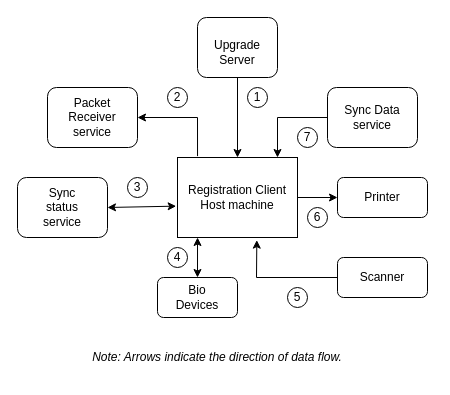
Earlier version of the draw.io diagram docs/_images/reg-client.drawio (mosip/documentation). Source tidied: cells renumbered, new cells numbered last; positions are measured from the earlier drawing's top-left corner, leaving out a move shared by most shapes. Both pictures are drawn from the tidied source at 100%, with x=0, y=0 at pixel (17, 17).
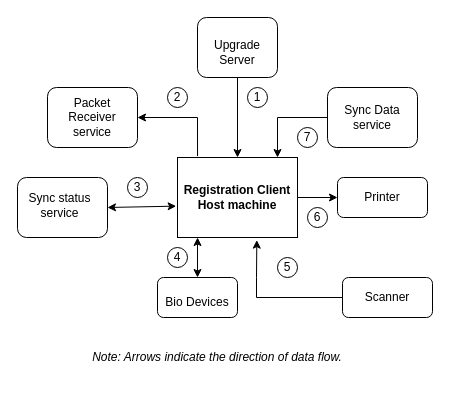
The same page after the edit.

Unchanged cells that the change refers to:
```xml
<mxCell id="2" style="rounded=0;whiteSpace=wrap;html=1;" parent="1" vertex="1">
  <mxGeometry x="160" y="140" width="120" height="80" as="geometry" />
</mxCell>
```

The edit, as a diff of the source:
```diff
@@
-    <mxCell id="3" value="Registration Client Host machine" style="text;html=1;strokeColor=none;fillColor=none;align=center;verticalAlign=middle;whiteSpace=wrap;rounded=0;" parent="1" vertex="1">
+    <mxCell id="3" value="&lt;b&gt;Registration Client Host machine&lt;/b&gt;" style="text;html=1;strokeColor=none;fillColor=none;align=center;verticalAlign=middle;whiteSpace=wrap;rounded=0;" parent="1" vertex="1">
       <mxGeometry x="160" y="160" width="120" height="40" as="geometry" />
     </mxCell>
@@
     <mxCell id="12" value="Sync status service" style="text;html=1;strokeColor=none;fillColor=none;align=center;verticalAlign=middle;whiteSpace=wrap;rounded=0;" parent="1" vertex="1">
-      <mxGeometry x="15" y="175" width="60" height="30" as="geometry" />
+      <mxGeometry x="10" y="175" width="65" height="25" as="geometry" />
     </mxCell>
@@
     <mxCell id="15" style="rounded=1;whiteSpace=wrap;html=1;" parent="1" vertex="1">
-      <mxGeometry x="320" y="240" width="90" height="40" as="geometry" />
+      <mxGeometry x="325" y="260" width="90" height="40" as="geometry" />
     </mxCell>
     <mxCell id="16" value="Scanner" style="text;html=1;strokeColor=none;fillColor=none;align=center;verticalAlign=middle;whiteSpace=wrap;rounded=0;" parent="1" vertex="1">
-      <mxGeometry x="335" y="250" width="60" height="20" as="geometry" />
+      <mxGeometry x="340" y="270" width="60" height="20" as="geometry" />
     </mxCell>
@@
     <mxCell id="18" value="Bio Devices" style="text;html=1;strokeColor=none;fillColor=none;align=center;verticalAlign=middle;whiteSpace=wrap;rounded=0;" parent="1" vertex="1">
-      <mxGeometry x="150" y="270" width="60" height="20" as="geometry" />
+      <mxGeometry x="140" y="270" width="80" height="30" as="geometry" />
     </mxCell>
@@
     <mxCell id="22" style="endArrow=classic;html=1;rounded=0;exitX=0;exitY=0.5;exitDx=0;exitDy=0;entryX=0.661;entryY=1.033;entryDx=0;entryDy=0;entryPerimeter=0;" parent="1" edge="1" source="15" target="2">
       <mxGeometry relative="1" as="geometry">
         <Array as="points">
+          <mxPoint x="239" y="280" />
           <mxPoint x="239" y="260" />
         </Array>
       </mxGeometry>
     </mxCell>
@@
     <mxCell id="28" value="5" style="ellipse;whiteSpace=wrap;html=1;" parent="1" vertex="1">
-      <mxGeometry x="270" y="270" width="20" height="20" as="geometry" />
+      <mxGeometry x="260" y="240" width="20" height="20" as="geometry" />
     </mxCell>
```
